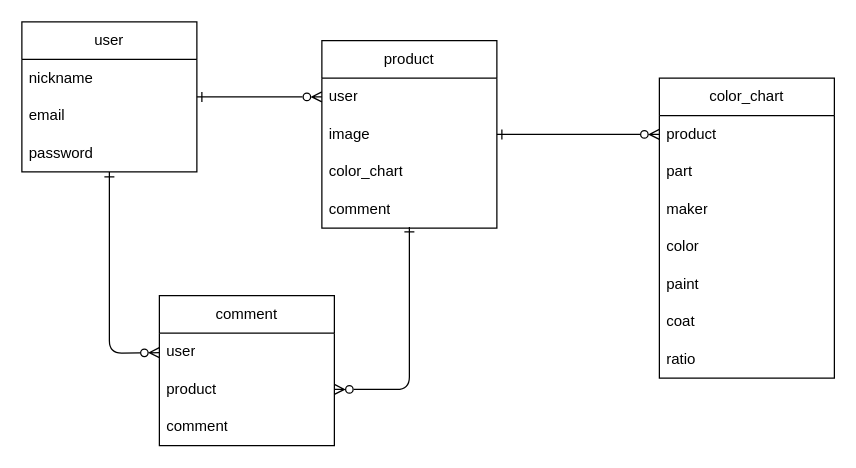
Earlier version of the draw.io diagram color_chart_STD.dio (Yuya7124/color_chart_connect). Source tidied: cells renumbered, new cells numbered last; positions are measured from the earlier drawing's top-left corner, leaving out a move shared by most shapes. Both pictures are drawn from the tidied source at 125%, with x=0, y=0 at pixel (21, 21).
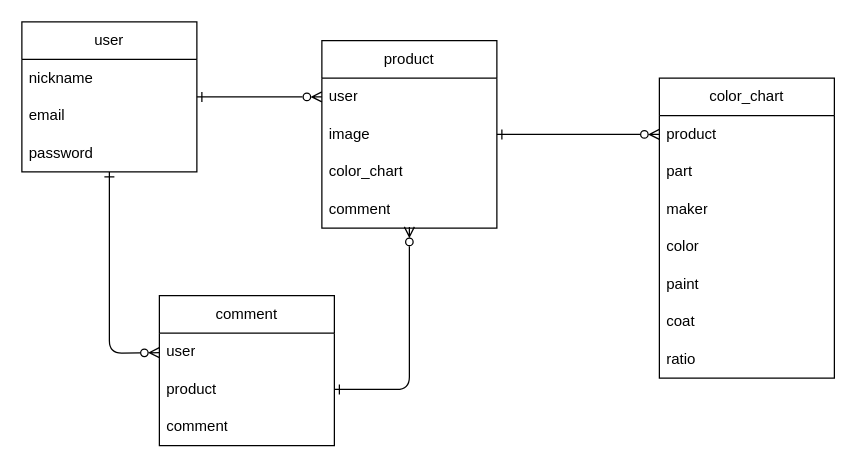
After the change.

The change refers to these unchanged cells:
```xml
<mxCell id="23" value="product" style="text;strokeColor=none;fillColor=none;align=left;verticalAlign=middle;spacingLeft=4;spacingRight=4;overflow=hidden;points=[[0,0.5],[1,0.5]];portConstraint=eastwest;whiteSpace=wrap;html=1;" parent="21" vertex="1">
  <mxGeometry y="60" width="140" height="30" as="geometry" />
</mxCell>
```

Change to the diagram source:
```diff
@@
-    <mxCell id="26" style="edgeStyle=none;html=1;startArrow=ERone;startFill=0;endArrow=ERzeroToMany;endFill=0;" parent="1" edge="1" target="23">
+    <mxCell id="26" style="edgeStyle=none;html=1;startArrow=ERone;startFill=0;endArrow=ERzeroToMany;endFill=0;" parent="1" edge="1" source="23">
       <mxGeometry relative="1" as="geometry">
-        <mxPoint x="310" y="164" as="sourcePoint" />
+        <mxPoint x="310" y="164" as="targetPoint" />
         <Array as="points">
           <mxPoint x="310" y="294" />
         </Array>
       </mxGeometry>
     </mxCell>
```
